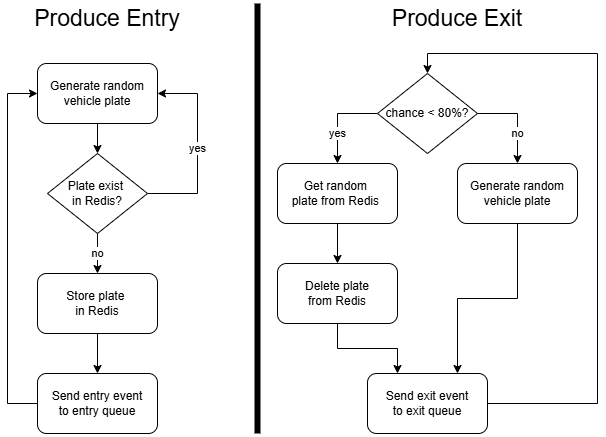
vinhng10/skylo keeps this draw.io diagram as images/producer.png. Above is the earlier version. Source tidied: cells renumbered, new cells last; positions are measured from the earlier drawing's top-left corner, leaving out a move shared by most shapes.
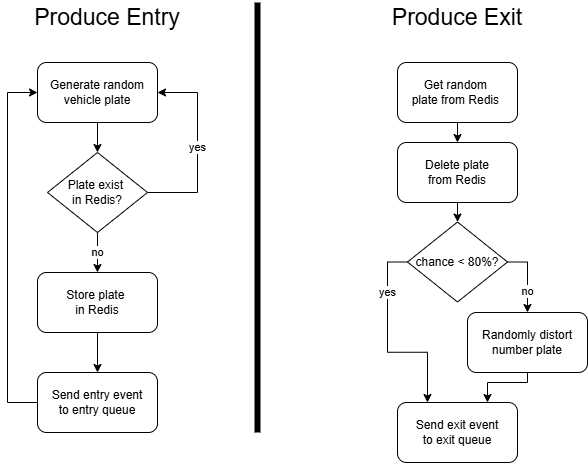
After the change.

What changed in the source:
```diff
@@ -39,44 +39,40 @@
     <mxCell id="10" value="Send entry event&lt;div&gt;to entry queue&lt;/div&gt;" style="rounded=1;whiteSpace=wrap;html=1;" parent="1" vertex="1">
       <mxGeometry x="30" y="370" width="120" height="60" as="geometry" />
     </mxCell>
-    <mxCell id="11" value="yes" style="edgeStyle=orthogonalEdgeStyle;rounded=0;jettySize=auto;html=1;exitX=0;exitY=0.5;exitDx=0;exitDy=0;entryX=0.5;entryY=0;entryDx=0;entryDy=0;" parent="1" edge="1" source="13" target="15">
-      <mxGeometry x="0.33" relative="1" as="geometry" />
+    <mxCell id="11" value="yes" style="edgeStyle=orthogonalEdgeStyle;rounded=0;jettySize=auto;html=1;exitX=0;exitY=0.5;exitDx=0;exitDy=0;entryX=0.25;entryY=0;entryDx=0;entryDy=0;" parent="1" edge="1" source="13" target="17">
+      <mxGeometry x="-0.5" relative="1" as="geometry" />
     </mxCell>
-    <mxCell id="12" value="no" style="edgeStyle=orthogonalEdgeStyle;rounded=0;jettySize=auto;html=1;exitX=1;exitY=0.5;exitDx=0;exitDy=0;entryX=0.5;entryY=0;entryDx=0;entryDy=0;" parent="1" edge="1" source="13" target="19">
-      <mxGeometry x="0.33" relative="1" as="geometry" />
+    <mxCell id="12" value="no" style="edgeStyle=orthogonalEdgeStyle;rounded=0;jettySize=auto;html=1;exitX=1;exitY=0.5;exitDx=0;exitDy=0;entryX=0.5;entryY=0;entryDx=0;entryDy=0;startSize=6;spacingTop=-3;" parent="1" edge="1" source="13" target="19">
+      <mxGeometry x="0.43" relative="1" as="geometry" />
     </mxCell>
     <mxCell id="13" value="chance &amp;lt; 80%?" style="rhombus;whiteSpace=wrap;html=1;" parent="1" vertex="1">
-      <mxGeometry x="370" y="70" width="100" height="80" as="geometry" />
+      <mxGeometry x="400" y="219.5" width="100" height="80" as="geometry" />
     </mxCell>
     <mxCell id="14" style="edgeStyle=orthogonalEdgeStyle;rounded=0;jettySize=auto;html=1;exitX=0.5;exitY=1;exitDx=0;exitDy=0;entryX=0.5;entryY=0;entryDx=0;entryDy=0;" parent="1" edge="1" source="15" target="21">
       <mxGeometry relative="1" as="geometry" />
     </mxCell>
     <mxCell id="15" value="Get random&amp;nbsp;&lt;div&gt;plate from Redis&amp;nbsp;&lt;/div&gt;" style="rounded=1;whiteSpace=wrap;html=1;" parent="1" vertex="1">
-      <mxGeometry x="270" y="160" width="120" height="60" as="geometry" />
+      <mxGeometry x="390" y="60" width="120" height="60" as="geometry" />
     </mxCell>
-    <mxCell id="16" style="edgeStyle=orthogonalEdgeStyle;rounded=0;jettySize=auto;html=1;exitX=1;exitY=0.5;exitDx=0;exitDy=0;entryX=0.5;entryY=0;entryDx=0;entryDy=0;" parent="1" edge="1" source="17" target="13">
-      <mxGeometry relative="1" as="geometry">
-        <Array as="points">
-          <mxPoint x="590" y="400" />
-          <mxPoint x="590" y="50" />
-          <mxPoint x="420" y="50" />
-        </Array>
-      </mxGeometry>
-    </mxCell>
     <mxCell id="17" value="Send exit event&lt;div&gt;to exit queue&lt;/div&gt;" style="rounded=1;whiteSpace=wrap;html=1;" parent="1" vertex="1">
-      <mxGeometry x="360" y="370" width="120" height="60" as="geometry" />
+      <mxGeometry x="390" y="400" width="120" height="60" as="geometry" />
     </mxCell>
     <mxCell id="18" style="edgeStyle=orthogonalEdgeStyle;rounded=0;jettySize=auto;html=1;exitX=0.5;exitY=1;exitDx=0;exitDy=0;entryX=0.75;entryY=0;entryDx=0;entryDy=0;" parent="1" edge="1" source="19" target="17">
-      <mxGeometry relative="1" as="geometry" />
+      <mxGeometry relative="1" as="geometry">
+        <Array as="points">
+          <mxPoint x="520" y="380" />
+          <mxPoint x="480" y="380" />
+        </Array>
+      </mxGeometry>
     </mxCell>
-    <mxCell id="19" value="Generate random&lt;div&gt;vehicle plate&lt;/div&gt;" style="rounded=1;whiteSpace=wrap;html=1;" parent="1" vertex="1">
-      <mxGeometry x="450" y="160" width="120" height="60" as="geometry" />
+    <mxCell id="19" value="Randomly distort&lt;div&gt;number plate&lt;/div&gt;" style="rounded=1;whiteSpace=wrap;html=1;" parent="1" vertex="1">
+      <mxGeometry x="460" y="310" width="120" height="60" as="geometry" />
     </mxCell>
-    <mxCell id="20" style="edgeStyle=orthogonalEdgeStyle;rounded=0;jettySize=auto;html=1;exitX=0.5;exitY=1;exitDx=0;exitDy=0;entryX=0.25;entryY=0;entryDx=0;entryDy=0;" parent="1" edge="1" source="21" target="17">
-      <mxGeometry relative="1" as="geometry" />
-    </mxCell>
+    <mxCell id="25" style="edgeStyle=orthogonalEdgeStyle;rounded=0;jettySize=auto;html=1;exitX=0.5;exitY=1;exitDx=0;exitDy=0;entryX=0.5;entryY=0;entryDx=0;entryDy=0;" parent="1" edge="1" source="21" target="13">
+      <mxGeometry relative="1" as="geometry" />
+    </mxCell>
     <mxCell id="21" value="Delete plate&lt;div&gt;from Redis&lt;/div&gt;" style="rounded=1;whiteSpace=wrap;html=1;" parent="1" vertex="1">
-      <mxGeometry x="270" y="260" width="120" height="60" as="geometry" />
+      <mxGeometry x="390" y="140" width="120" height="60" as="geometry" />
     </mxCell>
     <mxCell id="22" style="endArrow=none;html=1;rounded=0;strokeWidth=6;" parent="1" edge="1">
       <mxGeometry relative="1" as="geometry">
```
